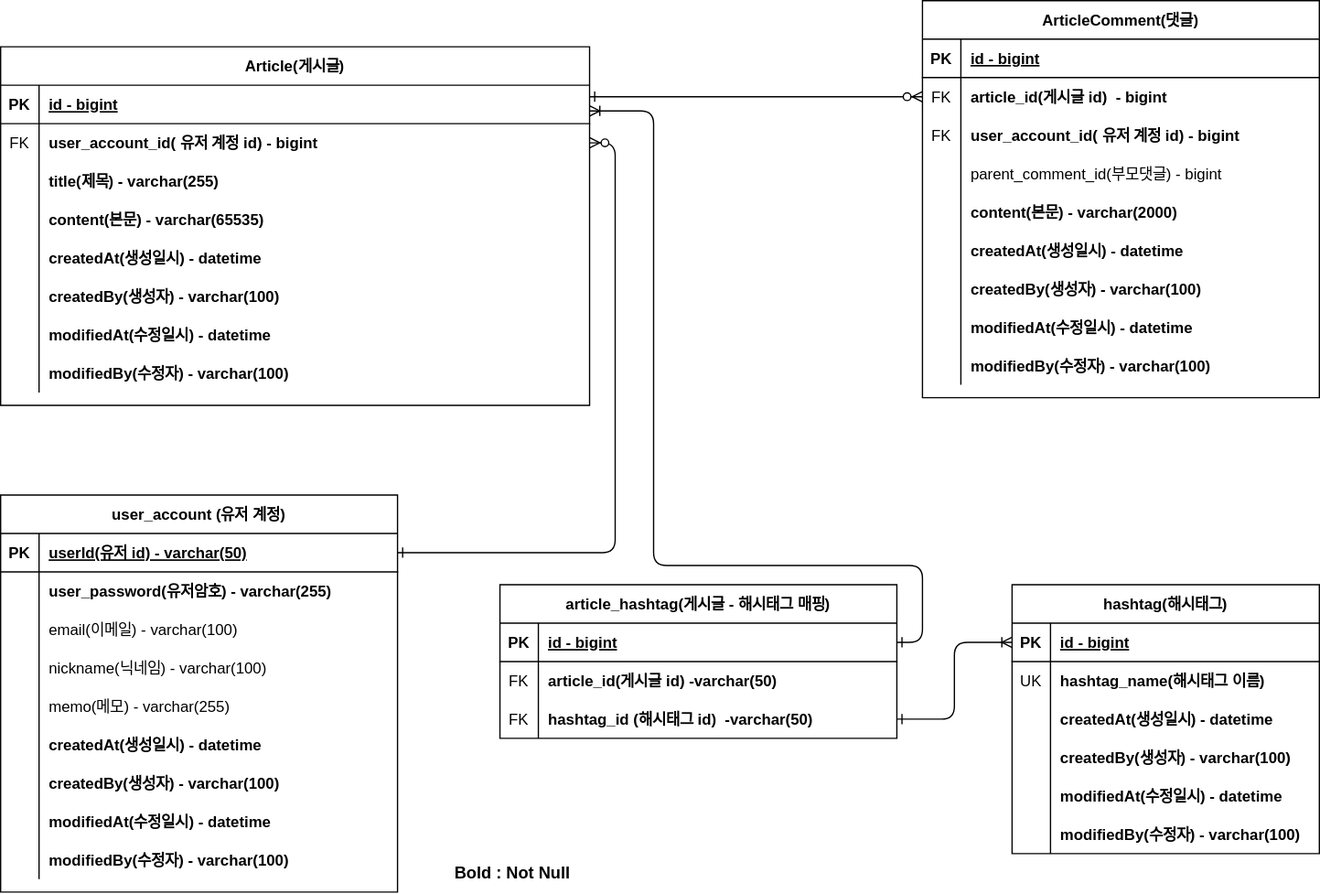
The draw.io diagram document/project-board-erd.svg in BWhale1010/exercise-board, before a commit. Source tidied: cells renumbered, new cells last; positions are measured from the earlier drawing's top-left corner, leaving out a move shared by most shapes.
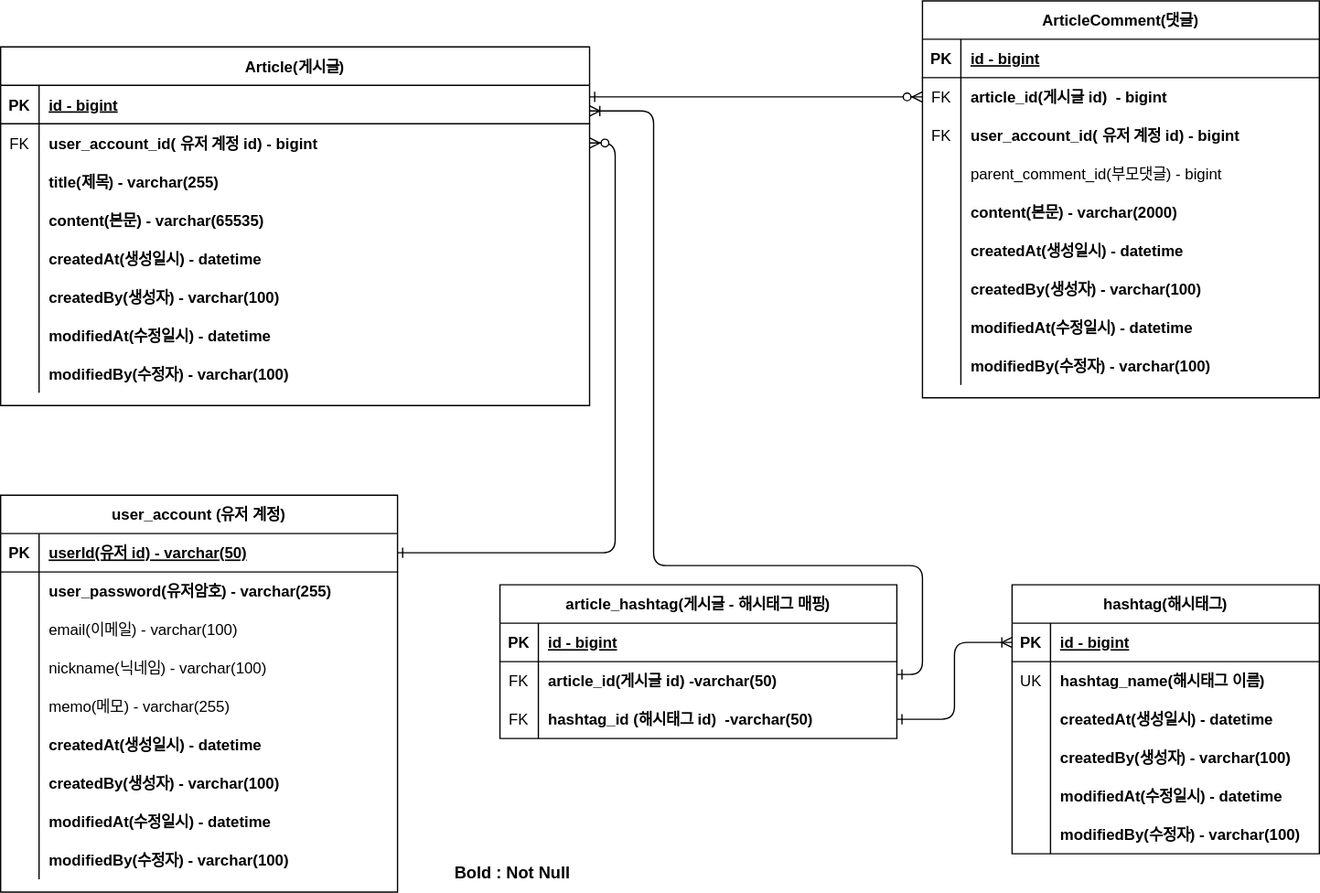
Above is the later version.

Commit message:
#8 - ERD 이미지 수정 project-board-erd.svg

What changed in the source:
```diff
@@ -288,10 +288,10 @@
     <mxCell id="94" value="hashtag_id (해시태그 id)  -varchar(50)" style="shape=partialRectangle;overflow=hidden;fillColor=none;top=0;left=0;bottom=0;right=0;align=left;spacingLeft=6;fontStyle=1;" parent="92" vertex="1">
       <mxGeometry x="30" width="280" height="30" as="geometry" />
     </mxCell>
-    <mxCell id="95" style="edgeStyle=orthogonalEdgeStyle;endArrow=ERoneToMany;startArrow=ERone;endFill=0;startFill=0;exitX=1;exitY=0.5;exitDx=0;exitDy=0;" parent="1" edge="1" source="86" target="32">
+    <mxCell id="95" style="edgeStyle=orthogonalEdgeStyle;endArrow=ERoneToMany;startArrow=ERone;endFill=0;startFill=0;" parent="1" edge="1" source="89" target="32">
       <mxGeometry relative="1" as="geometry">
         <Array as="points">
-          <mxPoint x="720" y="501" />
+          <mxPoint x="720" y="526" />
           <mxPoint x="720" y="441" />
           <mxPoint x="510" y="441" />
           <mxPoint x="510" y="86" />
```
